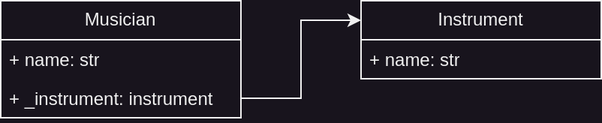
Before: poo_classes/misc/association.png, a diagram exported from draw.io (brenomr/python-course). Source tidied: cells renumbered, new cells last; positions are measured from the earlier drawing's top-left corner, leaving out a move shared by most shapes. Its diagram source:
```xml
<mxGraphModel>
  <root>
    <mxCell id="0" />
    <mxCell id="1" parent="0" />
    <mxCell id="2" value="Musician" style="swimlane;fontStyle=0;horizontal=1;startSize=26;fillColor=none;whiteSpace=wrap;html=1;" parent="1" vertex="1">
      <mxGeometry width="160" height="78" as="geometry" />
    </mxCell>
    <mxCell id="3" value="+ name: str" style="text;strokeColor=none;fillColor=none;align=left;verticalAlign=top;spacingLeft=4;spacingRight=4;overflow=hidden;points=[[0,0.5],[1,0.5]];portConstraint=eastwest;whiteSpace=wrap;html=1;" parent="2" vertex="1">
      <mxGeometry y="26" width="160" height="26" as="geometry" />
    </mxCell>
    <mxCell id="4" value="+ _instrument: instrument" style="text;strokeColor=none;fillColor=none;align=left;verticalAlign=top;spacingLeft=4;spacingRight=4;overflow=hidden;points=[[0,0.5],[1,0.5]];portConstraint=eastwest;whiteSpace=wrap;html=1;" parent="2" vertex="1">
      <mxGeometry y="52" width="160" height="26" as="geometry" />
    </mxCell>
    <mxCell id="5" value="Instrument" style="swimlane;fontStyle=0;horizontal=1;startSize=26;fillColor=none;whiteSpace=wrap;html=1;" parent="1" vertex="1">
      <mxGeometry x="240" width="160" height="52" as="geometry" />
    </mxCell>
    <mxCell id="6" value="+ name: str" style="text;strokeColor=none;fillColor=none;align=left;verticalAlign=top;spacingLeft=4;spacingRight=4;overflow=hidden;points=[[0,0.5],[1,0.5]];portConstraint=eastwest;whiteSpace=wrap;html=1;" parent="5" vertex="1">
      <mxGeometry y="26" width="160" height="26" as="geometry" />
    </mxCell>
    <mxCell id="7" style="edgeStyle=orthogonalEdgeStyle;rounded=0;jettySize=auto;html=1;exitX=1;exitY=0.5;exitDx=0;exitDy=0;entryX=0;entryY=0.25;entryDx=0;entryDy=0;" parent="1" edge="1" source="4" target="5">
      <mxGeometry relative="1" as="geometry" />
    </mxCell>
  </root>
</mxGraphModel>
```
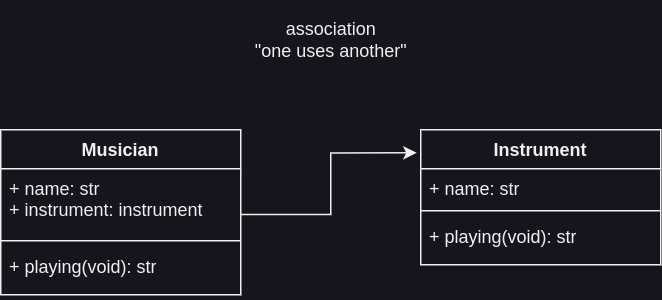
The same diagram one commit later.

Change to the diagram source:
```diff
@@ -2,23 +2,35 @@
   <root>
     <mxCell id="0" />
     <mxCell id="1" parent="0" />
-    <mxCell id="2" value="Musician" style="swimlane;fontStyle=0;horizontal=1;startSize=26;fillColor=none;whiteSpace=wrap;html=1;" parent="1" vertex="1">
-      <mxGeometry width="160" height="78" as="geometry" />
+    <mxCell id="2" value="Musician" style="swimlane;fontStyle=1;align=center;verticalAlign=top;horizontal=1;startSize=26;whiteSpace=wrap;html=1;" parent="1" vertex="1">
+      <mxGeometry width="160" height="110" as="geometry" />
     </mxCell>
-    <mxCell id="3" value="+ name: str" style="text;strokeColor=none;fillColor=none;align=left;verticalAlign=top;spacingLeft=4;spacingRight=4;overflow=hidden;points=[[0,0.5],[1,0.5]];portConstraint=eastwest;whiteSpace=wrap;html=1;" parent="2" vertex="1">
-      <mxGeometry y="26" width="160" height="26" as="geometry" />
+    <mxCell id="3" value="+ name: str&lt;br&gt;+ instrument: instrument" style="text;strokeColor=none;fillColor=none;align=left;verticalAlign=top;spacingLeft=4;spacingRight=4;overflow=hidden;points=[[0,0.5],[1,0.5]];portConstraint=eastwest;whiteSpace=wrap;html=1;" parent="2" vertex="1">
+      <mxGeometry y="26" width="160" height="44" as="geometry" />
     </mxCell>
-    <mxCell id="4" value="+ _instrument: instrument" style="text;strokeColor=none;fillColor=none;align=left;verticalAlign=top;spacingLeft=4;spacingRight=4;overflow=hidden;points=[[0,0.5],[1,0.5]];portConstraint=eastwest;whiteSpace=wrap;html=1;" parent="2" vertex="1">
-      <mxGeometry y="52" width="160" height="26" as="geometry" />
+    <mxCell id="4" style="line;strokeWidth=1;fillColor=none;align=left;verticalAlign=middle;spacingTop=-1;spacingLeft=3;spacingRight=3;labelPosition=right;points=[];portConstraint=eastwest;strokeColor=inherit;" parent="2" vertex="1">
+      <mxGeometry y="70" width="160" height="8" as="geometry" />
     </mxCell>
-    <mxCell id="5" value="Instrument" style="swimlane;fontStyle=0;horizontal=1;startSize=26;fillColor=none;whiteSpace=wrap;html=1;" parent="1" vertex="1">
-      <mxGeometry x="240" width="160" height="52" as="geometry" />
+    <mxCell id="5" value="+ playing(void): str" style="text;strokeColor=none;fillColor=none;align=left;verticalAlign=top;spacingLeft=4;spacingRight=4;overflow=hidden;points=[[0,0.5],[1,0.5]];portConstraint=eastwest;whiteSpace=wrap;html=1;" parent="2" vertex="1">
+      <mxGeometry y="78" width="160" height="32" as="geometry" />
     </mxCell>
-    <mxCell id="6" value="+ name: str" style="text;strokeColor=none;fillColor=none;align=left;verticalAlign=top;spacingLeft=4;spacingRight=4;overflow=hidden;points=[[0,0.5],[1,0.5]];portConstraint=eastwest;whiteSpace=wrap;html=1;" parent="5" vertex="1">
-      <mxGeometry y="26" width="160" height="26" as="geometry" />
+    <mxCell id="6" value="Instrument" style="swimlane;fontStyle=1;align=center;verticalAlign=top;horizontal=1;startSize=26;whiteSpace=wrap;html=1;" parent="1" vertex="1">
+      <mxGeometry x="280" width="160" height="90" as="geometry" />
     </mxCell>
-    <mxCell id="7" style="edgeStyle=orthogonalEdgeStyle;rounded=0;jettySize=auto;html=1;exitX=1;exitY=0.5;exitDx=0;exitDy=0;entryX=0;entryY=0.25;entryDx=0;entryDy=0;" parent="1" edge="1" source="4" target="5">
-      <mxGeometry relative="1" as="geometry" />
+    <mxCell id="7" value="+ name: str" style="text;strokeColor=none;fillColor=none;align=left;verticalAlign=top;spacingLeft=4;spacingRight=4;overflow=hidden;whiteSpace=wrap;html=1;" parent="6" vertex="1">
+      <mxGeometry y="26" width="160" height="24" as="geometry" />
     </mxCell>
+    <mxCell id="8" style="line;strokeWidth=1;fillColor=none;align=left;verticalAlign=middle;spacingTop=-1;spacingLeft=3;spacingRight=3;labelPosition=right;strokeColor=inherit;" parent="6" vertex="1">
+      <mxGeometry y="50" width="160" height="8" as="geometry" />
+    </mxCell>
+    <mxCell id="9" value="+ playing(void): str" style="text;strokeColor=none;fillColor=none;align=left;verticalAlign=top;spacingLeft=4;spacingRight=4;overflow=hidden;whiteSpace=wrap;html=1;" parent="6" vertex="1">
+      <mxGeometry y="58" width="160" height="32" as="geometry" />
+    </mxCell>
+    <mxCell id="10" style="edgeStyle=orthogonalEdgeStyle;rounded=0;jettySize=auto;html=1;entryX=-0.017;entryY=0.171;entryDx=0;entryDy=0;entryPerimeter=0;exitX=1;exitY=0.694;exitDx=0;exitDy=0;exitPerimeter=0;" parent="1" edge="1" source="3" target="6">
+      <mxGeometry relative="1" as="geometry" />
+    </mxCell>
+    <mxCell id="11" value="&lt;p style=&quot;font-size: 12px;&quot;&gt;&lt;span style=&quot;font-weight: normal; font-size: 12px;&quot;&gt;&lt;font style=&quot;font-size: 12px;&quot;&gt;association&lt;br style=&quot;font-size: 12px;&quot;&gt;&lt;/font&gt;&lt;/span&gt;&lt;span style=&quot;font-weight: normal; background-color: initial; font-size: 12px;&quot;&gt;&quot;one uses another&quot;&lt;/span&gt;&lt;/p&gt;" style="text;strokeColor=none;fillColor=none;html=1;fontSize=12;fontStyle=1;verticalAlign=middle;align=center;" parent="1" vertex="1">
+      <mxGeometry x="160" y="-80" width="120" height="40" as="geometry" />
+    </mxCell>
   </root>
 </mxGraphModel>
```
